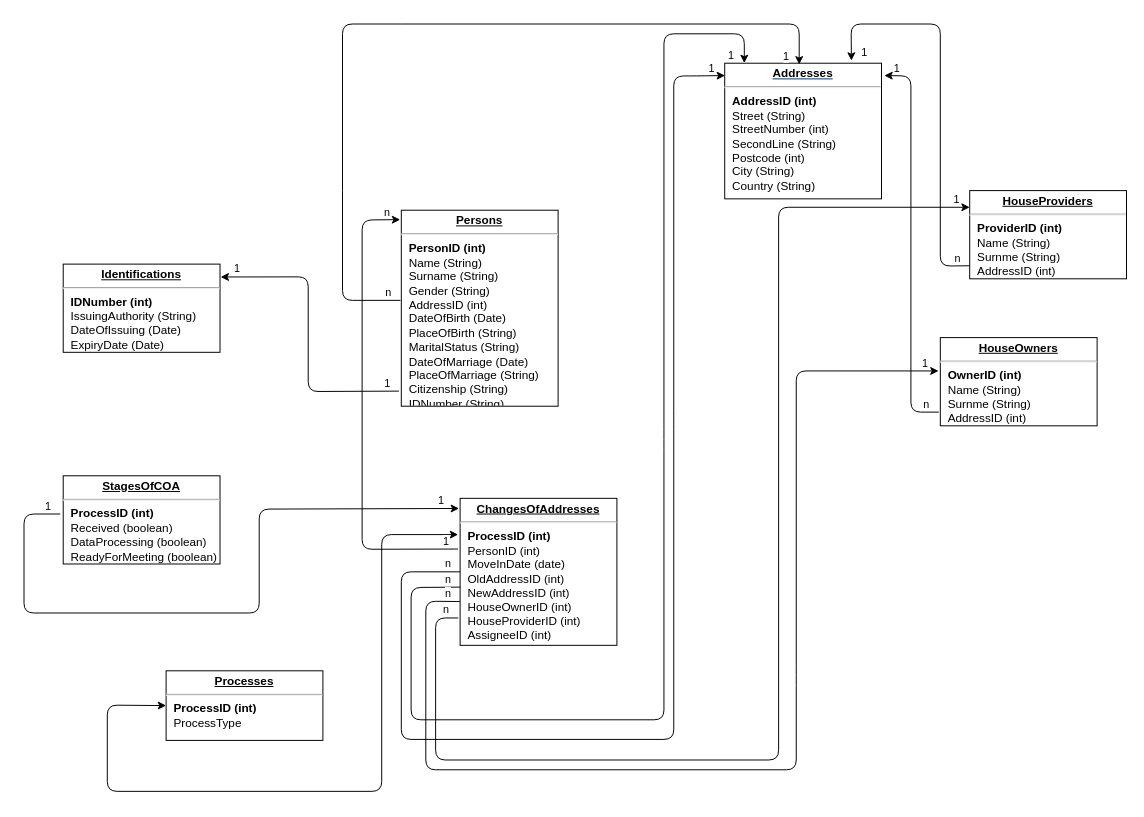
This is Datenbankstruktur/Datenbankschema.drawio from JulianGottfried/ATdIT_Gruppe2, a draw.io file, before an edit. Source tidied: cells renumbered, new cells numbered last; positions are measured from the earlier drawing's top-left corner, leaving out a move shared by most shapes. Both pictures are drawn from the tidied source at 98%, with x=0, y=0 at pixel (24, 24).
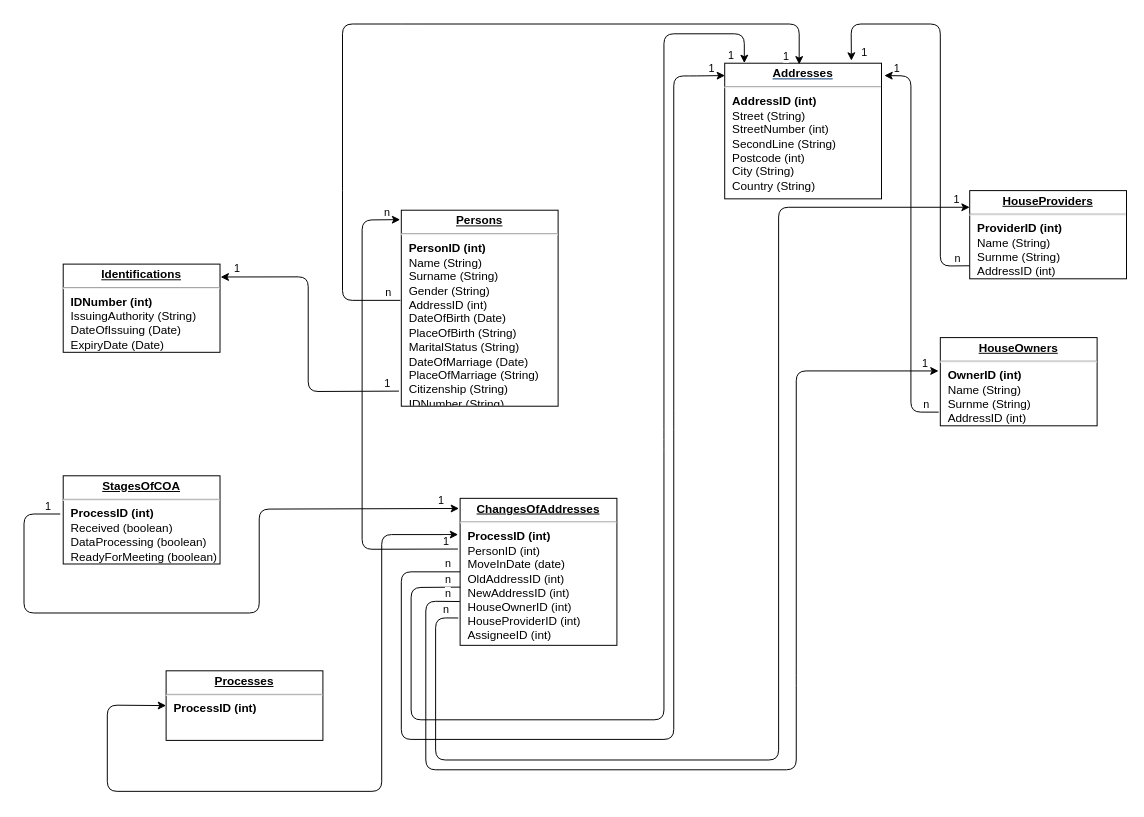
The same page after the edit.

The edit, as a diff of the source:
```diff
@@
-    <mxCell id="8" value="&lt;p style=&quot;margin: 4px 0px 0px ; text-align: center&quot;&gt;&lt;font color=&quot;#000000&quot;&gt;&lt;b&gt;&lt;u&gt;Processes&lt;/u&gt;&lt;/b&gt;&lt;/font&gt;&lt;/p&gt;&lt;hr&gt;&lt;p style=&quot;margin: 0px ; margin-left: 8px&quot;&gt;&lt;b&gt;&lt;font color=&quot;#000000&quot;&gt;ProcessID (int)&lt;/font&gt;&lt;/b&gt;&lt;/p&gt;&lt;p style=&quot;margin: 0px ; margin-left: 8px&quot;&gt;&lt;/p&gt;&lt;p style=&quot;margin: 0px ; margin-left: 8px&quot;&gt;&lt;font color=&quot;#000000&quot;&gt;ProcessType&lt;/font&gt;&lt;/p&gt;&lt;p style=&quot;margin: 0px ; margin-left: 8px&quot;&gt;&lt;font color=&quot;#000000&quot;&gt;&lt;br&gt;&lt;/font&gt;&lt;/p&gt;" style="verticalAlign=top;align=left;overflow=fill;fontSize=12;fontFamily=Helvetica;html=1;shadow=0;fontColor=#003366;fillColor=none;" parent="1" vertex="1">
+    <mxCell id="8" value="&lt;p style=&quot;margin: 4px 0px 0px ; text-align: center&quot;&gt;&lt;font color=&quot;#000000&quot;&gt;&lt;b&gt;&lt;u&gt;Processes&lt;/u&gt;&lt;/b&gt;&lt;/font&gt;&lt;/p&gt;&lt;hr&gt;&lt;p style=&quot;margin: 0px ; margin-left: 8px&quot;&gt;&lt;b&gt;&lt;font color=&quot;#000000&quot;&gt;ProcessID (int)&lt;/font&gt;&lt;/b&gt;&lt;/p&gt;&lt;p style=&quot;margin: 0px ; margin-left: 8px&quot;&gt;&lt;font color=&quot;#000000&quot;&gt;&lt;br&gt;&lt;/font&gt;&lt;/p&gt;" style="verticalAlign=top;align=left;overflow=fill;fontSize=12;fontFamily=Helvetica;html=1;shadow=0;fontColor=#003366;fillColor=none;" parent="1" vertex="1">
       <mxGeometry x="145" y="660" width="160" height="71" as="geometry" />
     </mxCell>
```
